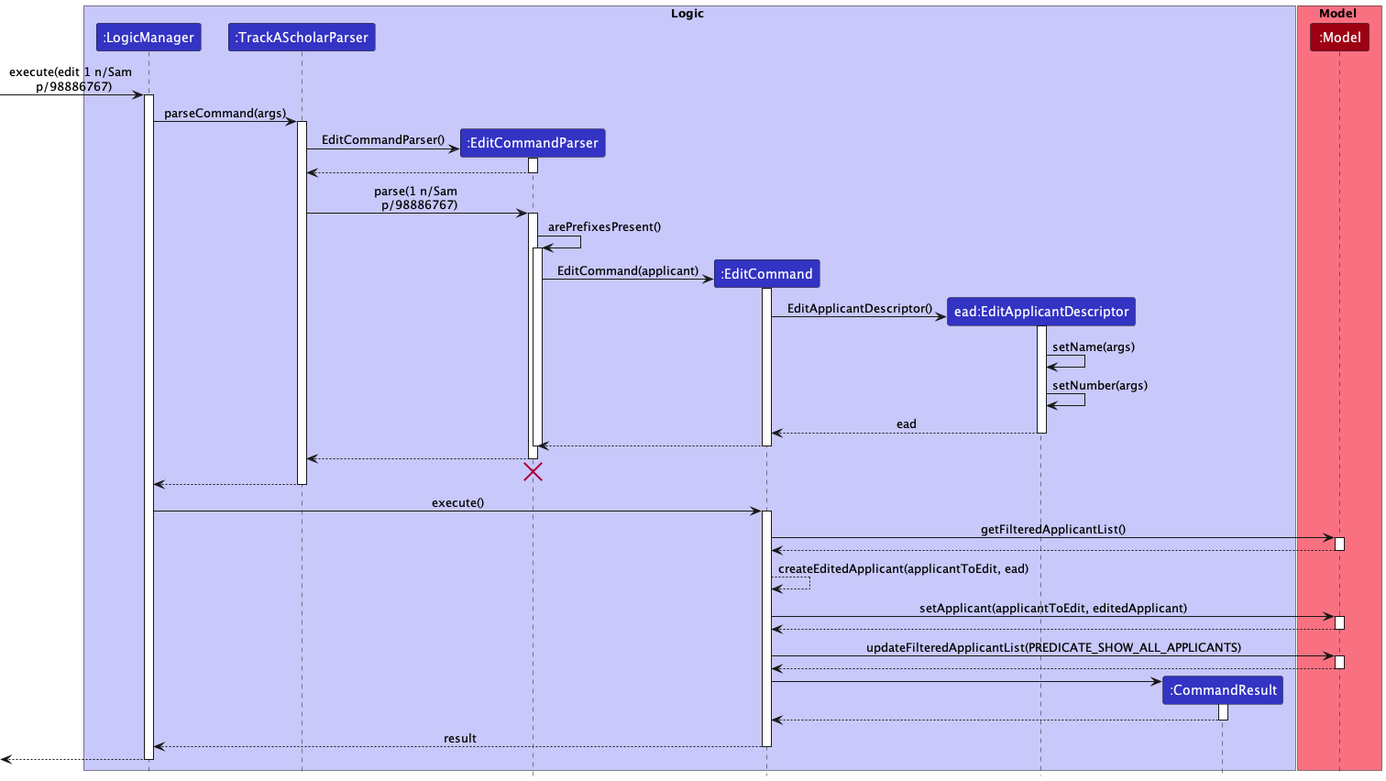
Earlier version of the PlantUML export docs/images/EditSequenceDiagram.png (nus-cs2103-AY2223S1/tp).
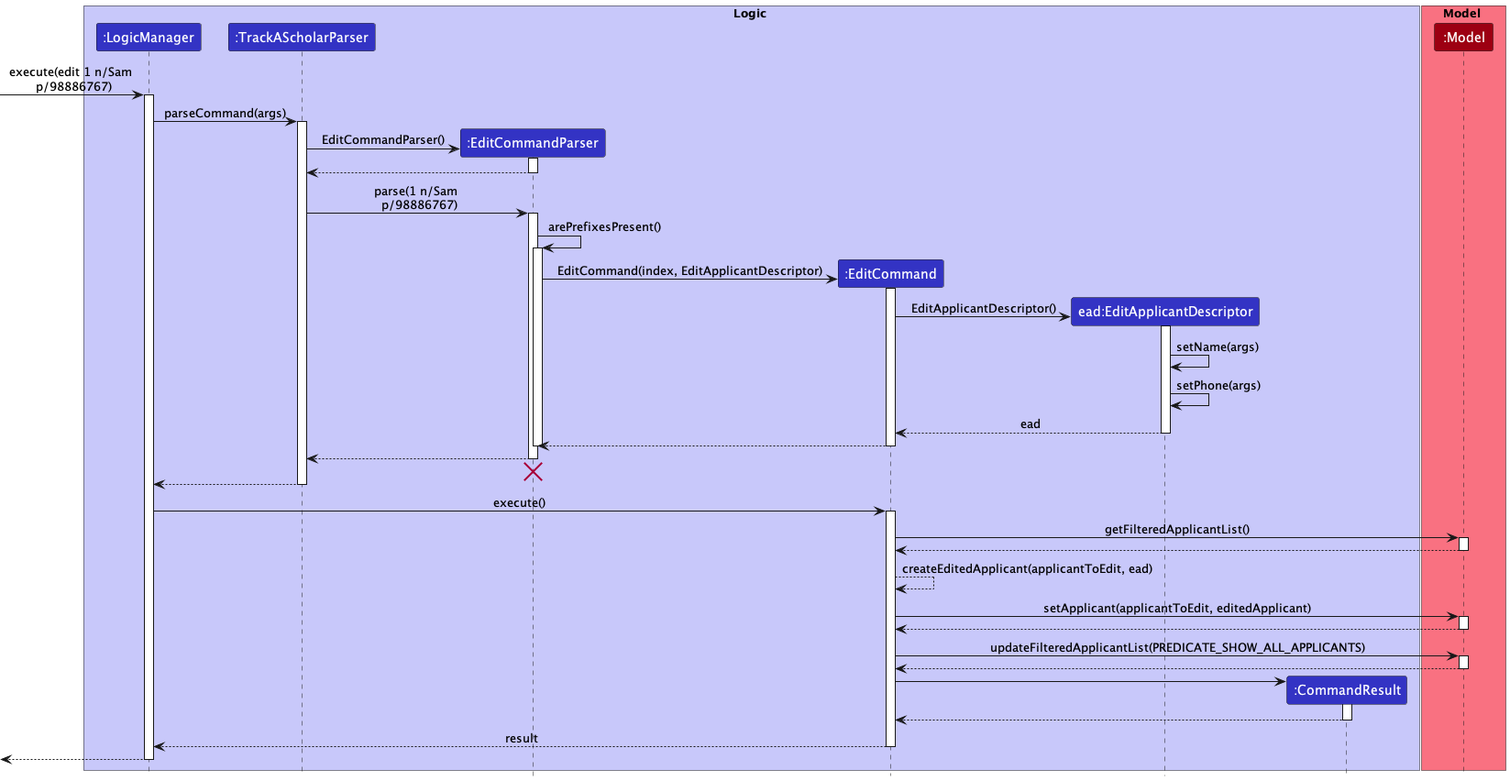
After the commit.

Change to the diagram source:
```diff
@@ -38,9 +38,8 @@
 activate EditCommandParser
 
 
-
 create EditCommand
-EditCommandParser -> EditCommand : EditCommand(applicant)
+EditCommandParser -> EditCommand : EditCommand(index, EditApplicantDescriptor)
 activate EditCommand
 
 create EditApplicantDescriptor
@@ -49,7 +48,7 @@
 
 EditApplicantDescriptor -> EditApplicantDescriptor : setName(args)
 
-EditApplicantDescriptor -> EditApplicantDescriptor : setNumber(args)
+EditApplicantDescriptor -> EditApplicantDescriptor : setPhone(args)
 
 EditApplicantDescriptor --> EditCommand :ead
 deactivate EditApplicantDescriptor
```
